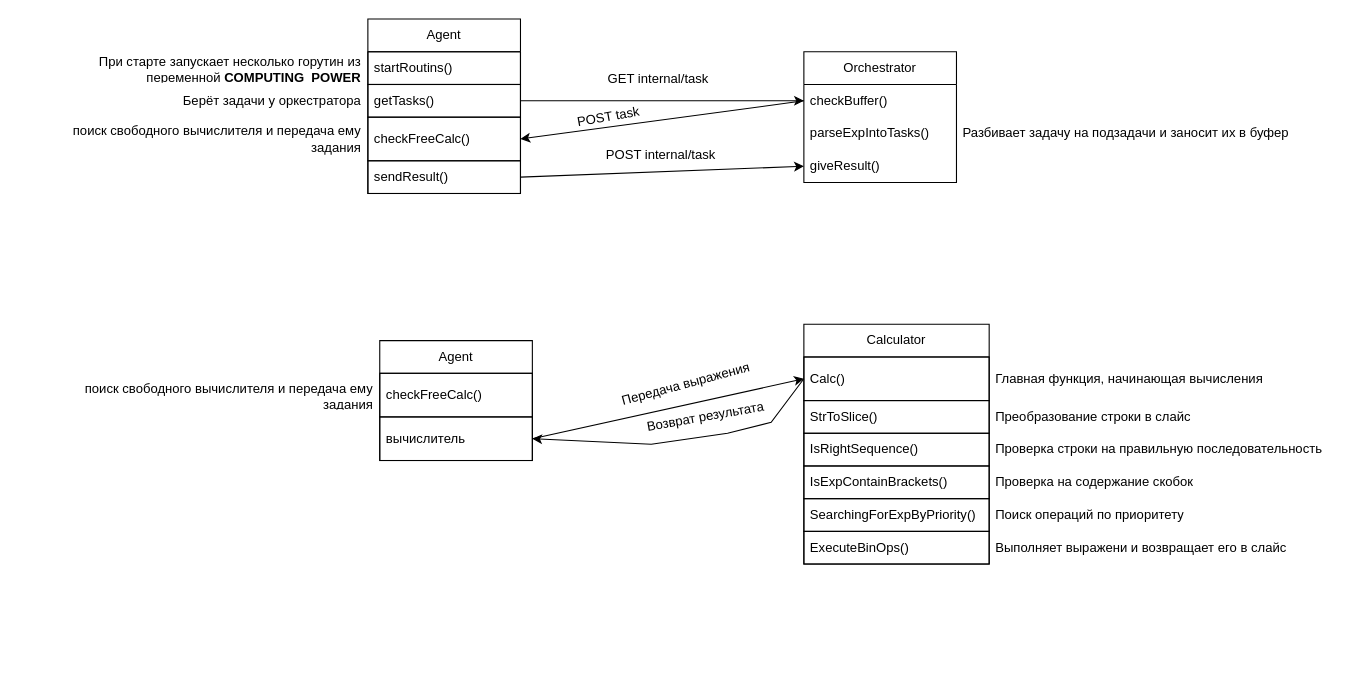
Before: page "main sheme" (2 of 3) of docs/Асинхронный веб-калькулятор схема.drawio in grigoriy-st/YL-Golang, a draw.io diagram. Source tidied: cells renumbered, new cells numbered last; positions are measured from the earlier drawing's top-left corner, leaving out a move shared by most shapes. Both pictures are drawn from the tidied source at 109%, with x=0, y=0 at pixel (19, 19).
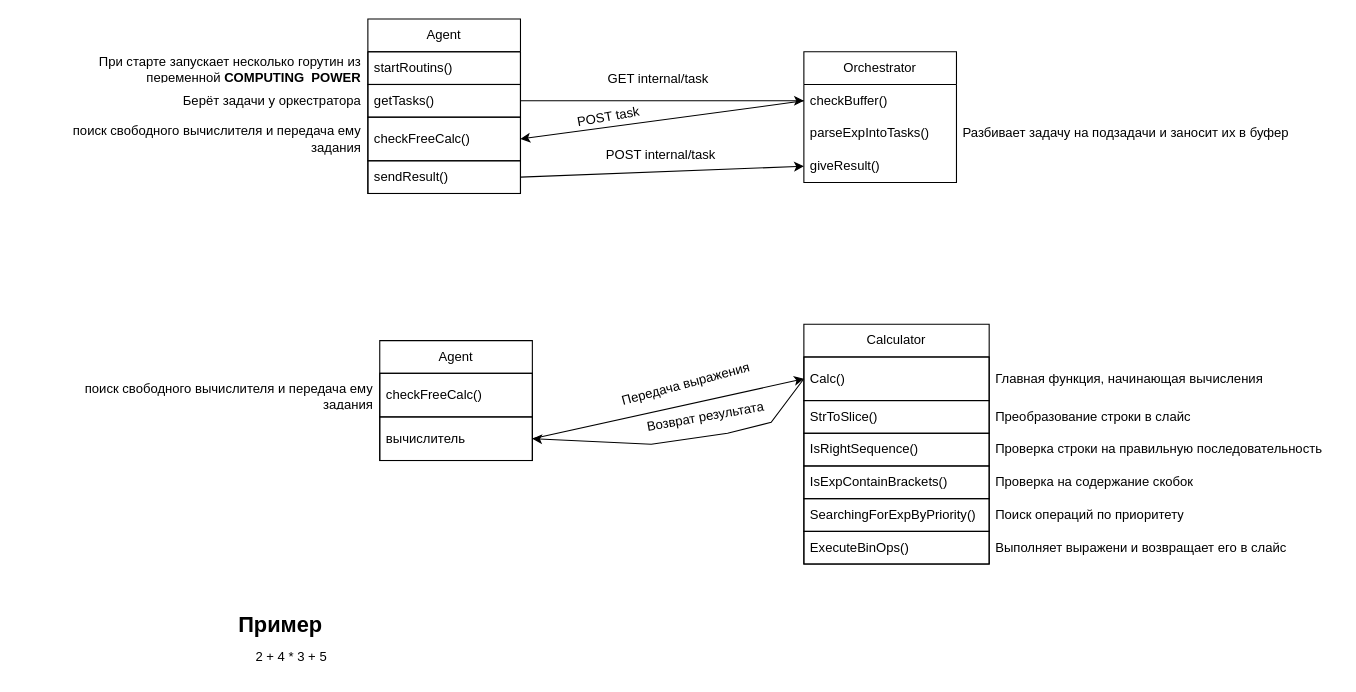
Above is the later version.

Diff of the diagram source:
```diff
@@
+    <mxCell id="42" value="2 + 4 * 3 + 5" style="text;html=1;align=center;verticalAlign=middle;whiteSpace=wrap;rounded=0;" parent="1" vertex="1">
+      <mxGeometry x="190" y="570" width="120" height="30" as="geometry" />
+    </mxCell>
+    <mxCell id="43" value="&lt;b&gt;&lt;font style=&quot;font-size: 20px;&quot;&gt;Пример&lt;/font&gt;&lt;/b&gt;" style="text;html=1;align=center;verticalAlign=middle;whiteSpace=wrap;rounded=0;" parent="1" vertex="1">
+      <mxGeometry x="180" y="540" width="120" height="30" as="geometry" />
+    </mxCell>
```
